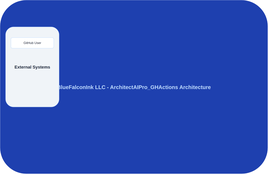
This is docs/architecture.png from koreric75/ArchitectAIPro_GHActions, a Mermaid export, as it was before one commit. Its source is kept beside it as docs/architecture.mermaid.
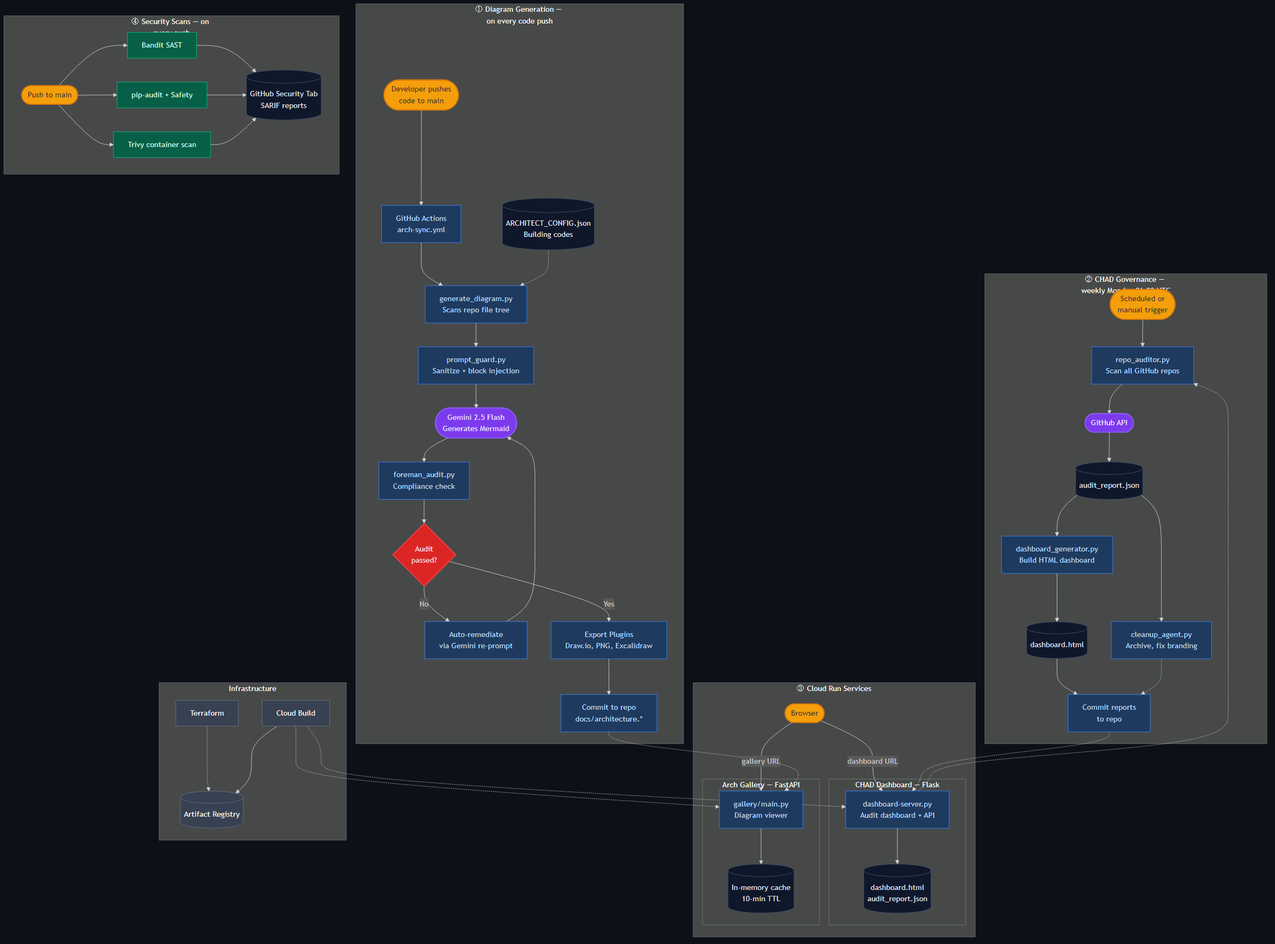
After the change.

Commit message:
fix: Mermaid rendering  move declaration to line 1, replace \n with <br/>, regenerate PNG

- Move flowchart TB to line 1 (GitHub .mermaid preview requires declaration first)
- Replace all \n in node labels with <br/> (literal \n not rendered as line breaks)
- Regenerate architecture.png from fixed Mermaid source via mmdc
- Sync .md fenced block with .mermaid file

Diff of the diagram source:
```diff
@@ -1,131 +1,109 @@
-
 flowchart TB
 
 
-    subgraph Flow1["① Diagram Generation Pipeline — runs on every code push"]
+    subgraph Flow1["① Diagram Generation — on every code push"]
         direction LR
+        Push(["Developer pushes<br/>code to main"])
+        Trigger["GitHub Actions<br/>arch-sync.yml"]
+        Scan["generate_diagram.py<br/>Scans repo file tree"]
+        Config[("ARCHITECT_CONFIG.json<br/>Building codes")]
+        Guard["prompt_guard.py<br/>Sanitize + block injection"]
+        Gemini(["Gemini 2.5 Flash<br/>Generates Mermaid"])
+        Foreman["foreman_audit.py<br/>Compliance check"]
+        Pass{"Audit<br/>passed?"}
+        Fix["Auto-remediate<br/>via Gemini re-prompt"]
+        Export["Export Plugins<br/>Draw.io, PNG, Excalidraw"]
+        Save["Commit to repo<br/>docs/architecture.*"]
 
-        Push([Developer pushes code to main])
-        Trigger[GitHub Actions\narch-sync.yml]
-        Scan[generate_diagram.py\nScans repo: file tree,\nDockerfiles, Terraform,\nAPI routes, configs]
-        Config[(ARCHITECT_CONFIG.json\nBuilding codes: GCP only,\nTerraform, Cloud Run,\nsecurity boundaries)]
-        PromptGuard[prompt_guard.py\nSanitize input,\nblock injection]
-        Gemini([Gemini 2.5 Flash API\nGenerates Mermaid diagram\nfrom repo context])
-        Foreman[foreman_audit.py\nCompliance check:\ncloud provider, branding,\nsecurity layers, IaC]
-        Pass{Audit\npassed?}
-        Remediate[Auto-remediate\nvia Gemini re-prompt\nwith violation report]
-        Plugins[Export Plugins\nDraw.io XML, PNG,\nExcalidraw JSON]
-        Commit[Commit to repo:\ndocs/architecture.md\ndocs/architecture.mermaid\ndocs/architecture.png]
-
-        Push --> Trigger
-        Trigger --> Scan
-        Config -.->|building codes| Scan
-        Scan --> PromptGuard
-        PromptGuard --> Gemini
-        Gemini --> Foreman
-        Foreman --> Pass
-        Pass -->|Yes| Plugins
-        Pass -->|No| Remediate
-        Remediate --> Gemini
-        Plugins --> Commit
+        Push --> Trigger --> Scan
+        Config -.-> Scan
+        Scan --> Guard --> Gemini --> Foreman --> Pass
+        Pass -- Yes --> Export --> Save
+        Pass -- No --> Fix --> Gemini
     end
 
 
-    subgraph Flow2["② CHAD Governance — runs weekly on Monday 06:00 UTC"]
+    subgraph Flow2["② CHAD Governance — weekly Monday 06:00 UTC"]
         direction LR
+        Cron(["Scheduled or<br/>manual trigger"])
+        Audit["repo_auditor.py<br/>Scan all GitHub repos"]
+        GH(["GitHub API"])
+        Report[("audit_report.json")]
+        DashGen["dashboard_generator.py<br/>Build HTML dashboard"]
+        HTML[("dashboard.html")]
+        Clean["cleanup_agent.py<br/>Archive, fix branding"]
+        SaveCHAD["Commit reports<br/>to repo"]
 
-        Cron([Weekly schedule or\nmanual dispatch])
-        Auditor[repo_auditor.py\nScans all GitHub repos:\nbranding, staleness,\nbranch hygiene, secrets]
-        GHAPI([GitHub API\nFetch repo metadata,\nfile contents, commits])
-        AuditReport[(audit_report.json\nPer-repo scores,\nrecommendations)]
-        DashGen[dashboard_generator.py\nBuilds interactive HTML\nwith charts and tables]
-        DashHTML[(dashboard.html\nAdvisory dashboard)]
-        Cleanup[cleanup_agent.py\nArchive stale repos,\nfix branding, deploy\nworkflows to new repos]
-        CommitCHAD[Commit reports to\nArchitectAIPro_GHActions\nrepo]
-
-        Cron --> Auditor
-        Auditor --> GHAPI
-        GHAPI --> AuditReport
-        AuditReport --> DashGen
-        DashGen --> DashHTML
-        AuditReport --> Cleanup
-        DashHTML --> CommitCHAD
-        Cleanup -.->|dry-run by default| CommitCHAD
+        Cron --> Audit --> GH --> Report
+        Report --> DashGen --> HTML --> SaveCHAD
+        Report --> Clean -.-> SaveCHAD
     end
 
 
-    subgraph Flow3["③ Deployed Services — GCP Cloud Run"]
+    subgraph Flow3["③ Cloud Run Services"]
         direction LR
+        User(["Browser"])
 
-        Browser([User opens browser])
-
-        subgraph DashSvc["CHAD Dashboard — Flask on Cloud Run"]
-            DashApp[dashboard-server.py\nServes audit dashboard\nand on-demand audit API]
-            DashStatic[(docs/dashboard.html\ndocs/audit_report.json)]
+        subgraph Dash["CHAD Dashboard — Flask"]
+            DashApp["dashboard-server.py<br/>Audit dashboard + API"]
+            DashData[("dashboard.html<br/>audit_report.json")]
         end
 
-        subgraph GallerySvc["Architecture Gallery — FastAPI on Cloud Run"]
-            GalleryApp[gallery/main.py\nFetches diagrams from\nall BlueFalconInk repos\nvia GitHub API]
-            GalleryCache[(In-memory cache\n10-min TTL)]
+        subgraph Gallery["Arch Gallery — FastAPI"]
+            GallApp["gallery/main.py<br/>Diagram viewer"]
+            Cache[("In-memory cache<br/>10-min TTL")]
         end
 
-        Browser -->|chad-dashboard URL| DashApp
-        DashApp --> DashStatic
-        Browser -->|gallery URL| GalleryApp
-        GalleryApp --> GalleryCache
+        User -- dashboard URL --> DashApp --> DashData
+        User -- gallery URL --> GallApp --> Cache
     end
 
 
-    subgraph Flow4["④ Security Scans — runs on every push"]
+    subgraph Flow4["④ Security Scans — on every push"]
         direction LR
+        SPush(["Push to main"])
+        SAST["Bandit SAST"]
+        Deps["pip-audit + Safety"]
+        Cont["Trivy container scan"]
+        SARIF[("GitHub Security Tab<br/>SARIF reports")]
 
-        SecPush([Push to main])
-        SAST[Bandit\nPython SAST]
-        DepScan[pip-audit + Safety\nDependency CVEs]
-        ContScan[Trivy\nContainer image scan]
-        SARIF[(GitHub Security Tab\nSARIF reports)]
-
-        SecPush --> SAST
-        SecPush --> DepScan
-        SecPush --> ContScan
-        SAST --> SARIF
-        DepScan --> SARIF
-        ContScan --> SARIF
+        SPush --> SAST --> SARIF
+        SPush --> Deps --> SARIF
+        SPush --> Cont --> SARIF
     end
 
 
-    Commit -.->|architecture files\nserved by gallery| GalleryApp
-    CommitCHAD -.->|dashboard + audit data\nserved by dashboard| DashApp
-    DashApp -.->|can trigger\non-demand audit| Auditor
+    Save -.-> GallApp
+    SaveCHAD -.-> DashApp
+    DashApp -.-> Audit
 
 
     subgraph Infra["Infrastructure"]
         direction LR
-        TF[Terraform\ncloud_run.tf, wif.tf]
-        AR[(Artifact Registry\nDocker images)]
-        CB[Cloud Build\nci/cd for containers]
-
+        TF["Terraform"]
+        AR[("Artifact Registry")]
+        CB["Cloud Build"]
         TF -.-> AR
         CB --> AR
     end
 
-    CB -.->|deploy| DashApp
-    CB -.->|deploy| GalleryApp
+    CB -.-> DashApp
+    CB -.-> GallApp
 
 
     classDef trigger fill:#F59E0B,color:#1F2937,stroke:#D97706,stroke-width:2px
-    classDef process fill:#1E3A5F,color:#BFDBFE,stroke:#3B82F6,stroke-width:1px
-    classDef external fill:#7C3AED,color:#EDE9FE,stroke:#8B5CF6,stroke-width:2px
-    classDef data fill:#0F172A,color:#E2E8F0,stroke:#475569,stroke-width:1px
-    classDef decision fill:#DC2626,color:#FEE2E2,stroke:#EF4444,stroke-width:2px
-    classDef security fill:#065F46,color:#D1FAE5,stroke:#10B981,stroke-width:1px
-    classDef infra fill:#374151,color:#F9FAFB,stroke:#6B7280,stroke-width:1px
+    classDef process fill:#1E3A5F,color:#BFDBFE,stroke:#3B82F6
+    classDef api fill:#7C3AED,color:#EDE9FE,stroke:#8B5CF6,stroke-width:2px
+    classDef data fill:#0F172A,color:#E2E8F0,stroke:#475569
+    classDef decide fill:#DC2626,color:#FEE2E2,stroke:#EF4444,stroke-width:2px
+    classDef sec fill:#065F46,color:#D1FAE5,stroke:#10B981
+    classDef infra fill:#374151,color:#F9FAFB,stroke:#6B7280
 
-    class Push,Cron,Browser,SecPush trigger
-    class Trigger,Scan,PromptGuard,Foreman,Remediate,Plugins,Commit process
-    class Auditor,DashGen,Cleanup,CommitCHAD,DashApp,GalleryApp process
-    class Gemini,GHAPI external
-    class Config,AuditReport,DashHTML,DashStatic,GalleryCache,SARIF data
-    class Pass decision
-    class SAST,DepScan,ContScan security
+    class Push,Cron,User,SPush trigger
+    class Trigger,Scan,Guard,Foreman,Fix,Export,Save process
+    class Audit,DashGen,Clean,SaveCHAD,DashApp,GallApp process
+    class Gemini,GH api
+    class Config,Report,HTML,DashData,Cache,SARIF data
+    class Pass decide
+    class SAST,Deps,Cont sec
     class TF,AR,CB infra
```
